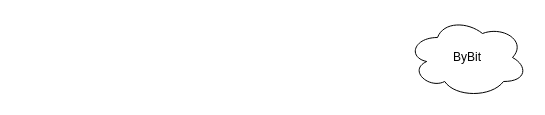
Earlier version of the draw.io diagram Диаграмма без названия.drawio (denis-cto/yakbak). Source tidied: cells renumbered, new cells numbered last; positions are measured from the earlier drawing's top-left corner, leaving out a move shared by most shapes. Both pictures are drawn from the tidied source at 100%, with x=0, y=0 at pixel (407, 17).
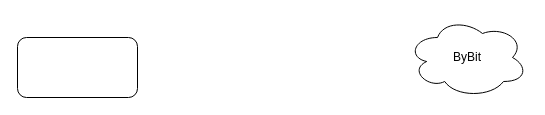
The same page after the edit.

Change to the diagram source:
```diff
@@
 <mxGraphModel>
   <root>
     <mxCell id="0" />
     <mxCell id="1" parent="0" />
     <mxCell id="2" value="ByBit" style="ellipse;shape=cloud;whiteSpace=wrap;html=1;" parent="1" vertex="1">
       <mxGeometry width="120" height="80" as="geometry" />
     </mxCell>
+    <mxCell id="3" style="rounded=1;whiteSpace=wrap;html=1;" parent="1" vertex="1">
+      <mxGeometry x="-390" y="20" width="120" height="60" as="geometry" />
+    </mxCell>
   </root>
 </mxGraphModel>
```
